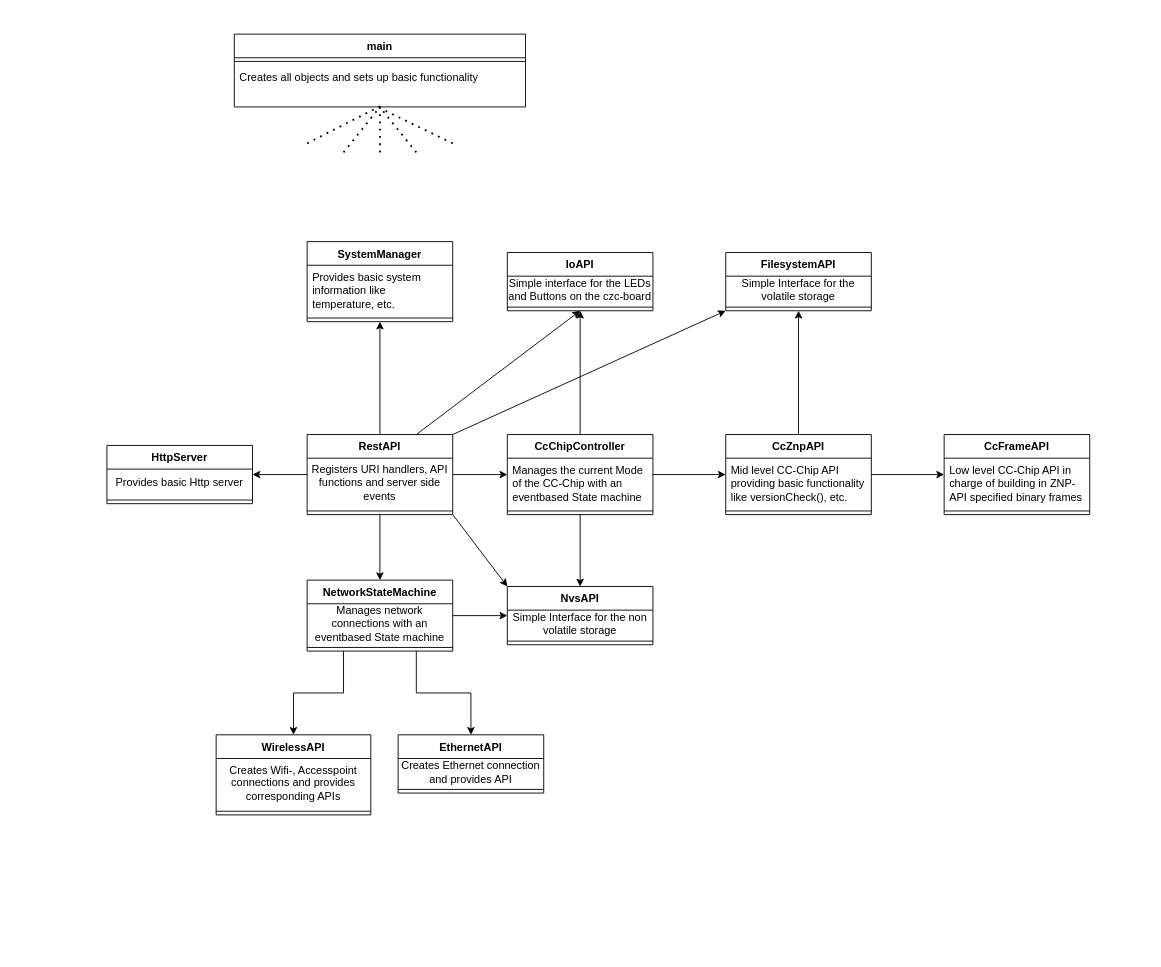
Before: documentation/UML Conceptual Class Diagram.drawio in ole-hc/firmware-czc, a draw.io diagram. Source tidied: cells renumbered, new cells numbered last; positions are measured from the earlier drawing's top-left corner, leaving out a move shared by most shapes. Both pictures are drawn from the tidied source at 91%, with x=0, y=0 at pixel (106, 34).
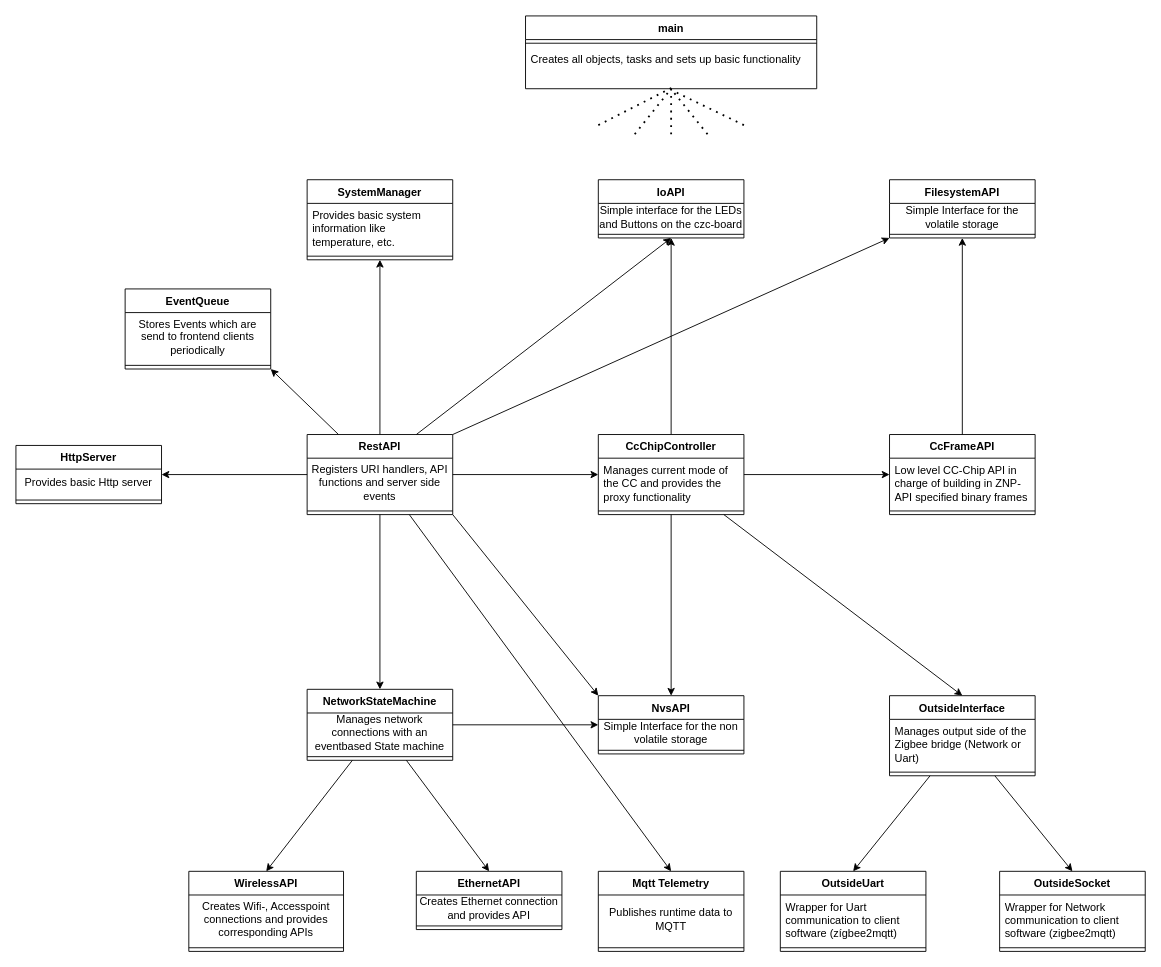
After the change.

The change refers to these unchanged cells:
```xml
<mxCell id="9" value="RestAPI" style="swimlane;fontStyle=1;align=center;verticalAlign=top;horizontal=1;startSize=26;whiteSpace=wrap;html=1;" parent="1" vertex="1">
  <mxGeometry x="220" y="440" width="160" height="88" as="geometry" />
</mxCell>
```

The edit, as a diff of the source:
```diff
@@
     <mxCell id="2" value="main" style="swimlane;fontStyle=1;align=center;verticalAlign=top;horizontal=1;startSize=26;whiteSpace=wrap;html=1;" parent="1" vertex="1">
-      <mxGeometry x="140" width="320" height="80" as="geometry" />
+      <mxGeometry x="460" y="-20" width="320" height="80" as="geometry" />
     </mxCell>
@@
-    <mxCell id="4" value="Creates all objects and sets up basic functionality" style="text;strokeColor=none;fillColor=none;align=left;verticalAlign=top;spacingLeft=4;spacingRight=4;overflow=hidden;points=[[0,0.5],[1,0.5]];portConstraint=eastwest;whiteSpace=wrap;html=1;" parent="2" vertex="1">
+    <mxCell id="4" value="Creates all objects, tasks and sets up basic functionality" style="text;strokeColor=none;fillColor=none;align=left;verticalAlign=top;spacingLeft=4;spacingRight=4;overflow=hidden;points=[[0,0.5],[1,0.5]];portConstraint=eastwest;whiteSpace=wrap;html=1;" parent="2" vertex="1">
       <mxGeometry y="34" width="320" height="46" as="geometry" />
     </mxCell>
@@
     <mxCell id="12" value="&lt;div&gt;FilesystemAPI&lt;/div&gt;" style="swimlane;fontStyle=1;align=center;verticalAlign=top;horizontal=1;startSize=26;whiteSpace=wrap;html=1;" parent="1" vertex="1">
-      <mxGeometry x="680" y="240" width="160" height="64" as="geometry" />
+      <mxGeometry x="860" y="160" width="160" height="64" as="geometry" />
     </mxCell>
@@
     <mxCell id="15" value="&lt;div&gt;NvsAPI&lt;/div&gt;" style="swimlane;fontStyle=1;align=center;verticalAlign=top;horizontal=1;startSize=26;whiteSpace=wrap;html=1;" parent="1" vertex="1">
-      <mxGeometry x="440" y="607" width="160" height="64" as="geometry" />
+      <mxGeometry x="540" y="727" width="160" height="64" as="geometry" />
     </mxCell>
@@
     <mxCell id="18" value="IoAPI" style="swimlane;fontStyle=1;align=center;verticalAlign=top;horizontal=1;startSize=26;whiteSpace=wrap;html=1;" parent="1" vertex="1">
-      <mxGeometry x="440" y="240" width="160" height="64" as="geometry" />
+      <mxGeometry x="540" y="160" width="160" height="64" as="geometry" />
     </mxCell>
@@
     <mxCell id="21" value="EthernetAPI" style="swimlane;fontStyle=1;align=center;verticalAlign=top;horizontal=1;startSize=26;whiteSpace=wrap;html=1;" parent="1" vertex="1">
-      <mxGeometry x="320" y="770" width="160" height="64" as="geometry" />
+      <mxGeometry x="340" y="920" width="160" height="64" as="geometry" />
     </mxCell>
@@
     <mxCell id="24" value="WirelessAPI" style="swimlane;fontStyle=1;align=center;verticalAlign=top;horizontal=1;startSize=26;whiteSpace=wrap;html=1;" parent="1" vertex="1">
-      <mxGeometry x="120" y="770" width="170" height="88" as="geometry" />
+      <mxGeometry x="90" y="920" width="170" height="88" as="geometry" />
     </mxCell>
@@
-    <mxCell id="27" style="edgeStyle=orthogonalEdgeStyle;rounded=0;jettySize=auto;html=1;entryX=0.5;entryY=0;entryDx=0;entryDy=0;exitX=0.25;exitY=1;exitDx=0;exitDy=0;" parent="1" edge="1" source="30" target="24">
-      <mxGeometry relative="1" as="geometry">
-        <Array as="points">
-          <mxPoint x="260" y="724" />
-          <mxPoint x="205" y="724" />
-        </Array>
-      </mxGeometry>
-    </mxCell>
-    <mxCell id="28" style="edgeStyle=orthogonalEdgeStyle;rounded=0;jettySize=auto;html=1;exitX=0.75;exitY=1;exitDx=0;exitDy=0;entryX=0.5;entryY=0;entryDx=0;entryDy=0;" parent="1" edge="1" source="30" target="21">
-      <mxGeometry relative="1" as="geometry" />
-    </mxCell>
@@
     <mxCell id="30" value="NetworkStateMachine" style="swimlane;fontStyle=1;align=center;verticalAlign=top;horizontal=1;startSize=26;whiteSpace=wrap;html=1;" parent="1" vertex="1">
-      <mxGeometry x="220" y="600" width="160" height="78" as="geometry" />
+      <mxGeometry x="220" y="720" width="160" height="78" as="geometry" />
     </mxCell>
@@
     <mxCell id="33" value="HttpServer" style="swimlane;fontStyle=1;align=center;verticalAlign=top;horizontal=1;startSize=26;whiteSpace=wrap;html=1;" parent="1" vertex="1">
-      <mxGeometry y="452" width="160" height="64" as="geometry" />
+      <mxGeometry x="-100" y="452" width="160" height="64" as="geometry" />
     </mxCell>
@@
-    <mxCell id="36" style="edgeStyle=orthogonalEdgeStyle;rounded=0;jettySize=auto;html=1;" parent="1" edge="1" source="38" target="55">
+    <mxCell id="36" style="edgeStyle=orthogonalEdgeStyle;rounded=0;jettySize=auto;html=1;" parent="1" edge="1" source="38" target="50">
       <mxGeometry relative="1" as="geometry" />
     </mxCell>
@@
     <mxCell id="38" value="CcChipController" style="swimlane;fontStyle=1;align=center;verticalAlign=top;horizontal=1;startSize=26;whiteSpace=wrap;html=1;" parent="1" vertex="1">
-      <mxGeometry x="440" y="440" width="160" height="88" as="geometry" />
+      <mxGeometry x="540" y="440" width="160" height="88" as="geometry" />
     </mxCell>
-    <mxCell id="39" value="Manages the current Mode of the CC-Chip with an eventbased State machine" style="text;strokeColor=none;fillColor=none;align=left;verticalAlign=top;spacingLeft=4;spacingRight=4;overflow=hidden;whiteSpace=wrap;html=1;" parent="38" vertex="1">
+    <mxCell id="39" value="Manages current mode of the CC and provides the proxy functionality" style="text;strokeColor=none;fillColor=none;align=left;verticalAlign=top;spacingLeft=4;spacingRight=4;overflow=hidden;whiteSpace=wrap;html=1;" parent="38" vertex="1">
       <mxGeometry y="26" width="160" height="54" as="geometry" />
     </mxCell>
@@
     <mxCell id="45" style="endArrow=none;dashed=1;html=1;dashPattern=1 3;strokeWidth=2;rounded=0;" parent="1" edge="1">
       <mxGeometry relative="1" as="geometry">
-        <mxPoint x="260" y="130" as="sourcePoint" />
-        <mxPoint x="300" y="80" as="targetPoint" />
+        <mxPoint x="580" y="110" as="sourcePoint" />
+        <mxPoint x="620" y="60" as="targetPoint" />
       </mxGeometry>
     </mxCell>
     <mxCell id="46" style="endArrow=none;dashed=1;html=1;dashPattern=1 3;strokeWidth=2;rounded=0;" parent="1" edge="1">
       <mxGeometry relative="1" as="geometry">
-        <mxPoint x="300" y="130" as="sourcePoint" />
-        <mxPoint x="300" y="80" as="targetPoint" />
+        <mxPoint x="620" y="110" as="sourcePoint" />
+        <mxPoint x="620" y="60" as="targetPoint" />
       </mxGeometry>
     </mxCell>
     <mxCell id="47" style="endArrow=none;dashed=1;html=1;dashPattern=1 3;strokeWidth=2;rounded=0;entryX=0.5;entryY=1.009;entryDx=0;entryDy=0;entryPerimeter=0;" parent="1" edge="1" target="4">
       <mxGeometry relative="1" as="geometry">
-        <mxPoint x="340" y="130" as="sourcePoint" />
+        <mxPoint x="660" y="110" as="sourcePoint" />
       </mxGeometry>
     </mxCell>
     <mxCell id="48" style="endArrow=none;dashed=1;html=1;dashPattern=1 3;strokeWidth=2;rounded=0;entryX=0.504;entryY=1.043;entryDx=0;entryDy=0;entryPerimeter=0;" parent="1" edge="1" target="4">
       <mxGeometry relative="1" as="geometry">
-        <mxPoint x="380" y="120" as="sourcePoint" />
+        <mxPoint x="700" y="100" as="sourcePoint" />
       </mxGeometry>
     </mxCell>
     <mxCell id="49" style="endArrow=none;dashed=1;html=1;dashPattern=1 3;strokeWidth=2;rounded=0;entryX=0.508;entryY=0.957;entryDx=0;entryDy=0;entryPerimeter=0;" parent="1" edge="1" target="4">
       <mxGeometry relative="1" as="geometry">
-        <mxPoint x="220" y="120" as="sourcePoint" />
+        <mxPoint x="540" y="100" as="sourcePoint" />
       </mxGeometry>
     </mxCell>
     <mxCell id="50" value="CcFrameAPI" style="swimlane;fontStyle=1;align=center;verticalAlign=top;horizontal=1;startSize=26;whiteSpace=wrap;html=1;" parent="1" vertex="1">
-      <mxGeometry x="920" y="440" width="160" height="88" as="geometry" />
+      <mxGeometry x="860" y="440" width="160" height="88" as="geometry" />
     </mxCell>
@@
-    <mxCell id="53" style="edgeStyle=orthogonalEdgeStyle;rounded=0;jettySize=auto;html=1;" parent="1" edge="1" source="55" target="50">
-      <mxGeometry relative="1" as="geometry" />
-    </mxCell>
-    <mxCell id="54" style="edgeStyle=orthogonalEdgeStyle;rounded=0;jettySize=auto;html=1;" parent="1" edge="1" source="55" target="12">
+    <mxCell id="54" style="edgeStyle=orthogonalEdgeStyle;rounded=0;jettySize=auto;html=1;" parent="1" edge="1" source="50" target="12">
       <mxGeometry relative="1" as="geometry" />
     </mxCell>
-    <mxCell id="55" value="CcZnpAPI" style="swimlane;fontStyle=1;align=center;verticalAlign=top;horizontal=1;startSize=26;whiteSpace=wrap;html=1;" parent="1" vertex="1">
-      <mxGeometry x="680" y="440" width="160" height="88" as="geometry" />
-    </mxCell>
-    <mxCell id="56" value="Mid level CC-Chip API providing basic functionality like versionCheck(), etc." style="text;strokeColor=none;fillColor=none;align=left;verticalAlign=top;spacingLeft=4;spacingRight=4;overflow=hidden;whiteSpace=wrap;html=1;" parent="55" vertex="1">
-      <mxGeometry y="26" width="160" height="54" as="geometry" />
-    </mxCell>
-    <mxCell id="57" style="line;strokeWidth=1;fillColor=none;align=left;verticalAlign=middle;spacingTop=-1;spacingLeft=3;spacingRight=3;labelPosition=right;strokeColor=inherit;" parent="55" vertex="1">
-      <mxGeometry y="80" width="160" height="8" as="geometry" />
-    </mxCell>
     <mxCell id="58" value="SystemManager" style="swimlane;fontStyle=1;align=center;verticalAlign=top;horizontal=1;startSize=26;whiteSpace=wrap;html=1;" parent="1" vertex="1">
-      <mxGeometry x="220" y="228" width="160" height="88" as="geometry" />
+      <mxGeometry x="220" y="160" width="160" height="88" as="geometry" />
     </mxCell>
@@
+    <mxCell id="61" value="Mqtt Telemetry" style="swimlane;fontStyle=1;align=center;verticalAlign=top;horizontal=1;startSize=26;whiteSpace=wrap;html=1;" parent="1" vertex="1">
+      <mxGeometry x="540" y="920" width="160" height="88" as="geometry" />
+    </mxCell>
+    <mxCell id="62" value="Publishes runtime data to MQTT" style="text;html=1;whiteSpace=wrap;strokeColor=none;fillColor=none;align=center;verticalAlign=middle;rounded=0;" parent="61" vertex="1">
+      <mxGeometry y="26" width="160" height="54" as="geometry" />
+    </mxCell>
+    <mxCell id="63" style="line;strokeWidth=1;fillColor=none;align=left;verticalAlign=middle;spacingTop=-1;spacingLeft=3;spacingRight=3;labelPosition=right;strokeColor=inherit;" parent="61" vertex="1">
+      <mxGeometry y="80" width="160" height="8" as="geometry" />
+    </mxCell>
+    <mxCell id="64" style="endArrow=classic;html=1;rounded=0;entryX=0.5;entryY=0;entryDx=0;entryDy=0;" parent="1" edge="1" source="9" target="61">
+      <mxGeometry relative="1" as="geometry" />
+    </mxCell>
+    <mxCell id="27" style="endArrow=classic;html=1;rounded=0;entryX=0.5;entryY=0;entryDx=0;entryDy=0;" parent="1" edge="1" source="30" target="24">
+      <mxGeometry relative="1" as="geometry" />
+    </mxCell>
+    <mxCell id="28" style="endArrow=classic;html=1;rounded=0;entryX=0.5;entryY=0;entryDx=0;entryDy=0;" parent="1" edge="1" source="30" target="21">
+      <mxGeometry relative="1" as="geometry" />
+    </mxCell>
+    <mxCell id="65" value="OutsideInterface" style="swimlane;fontStyle=1;align=center;verticalAlign=top;horizontal=1;startSize=26;whiteSpace=wrap;html=1;" parent="1" vertex="1">
+      <mxGeometry x="860" y="727" width="160" height="88" as="geometry" />
+    </mxCell>
+    <mxCell id="66" value="Manages output side of the Zigbee bridge (Network or Uart)" style="text;strokeColor=none;fillColor=none;align=left;verticalAlign=top;spacingLeft=4;spacingRight=4;overflow=hidden;whiteSpace=wrap;html=1;" parent="65" vertex="1">
+      <mxGeometry y="26" width="160" height="54" as="geometry" />
+    </mxCell>
+    <mxCell id="67" style="line;strokeWidth=1;fillColor=none;align=left;verticalAlign=middle;spacingTop=-1;spacingLeft=3;spacingRight=3;labelPosition=right;strokeColor=inherit;" parent="65" vertex="1">
+      <mxGeometry y="80" width="160" height="8" as="geometry" />
+    </mxCell>
+    <mxCell id="68" value="OutsideUart" style="swimlane;fontStyle=1;align=center;verticalAlign=top;horizontal=1;startSize=26;whiteSpace=wrap;html=1;" parent="1" vertex="1">
+      <mxGeometry x="740" y="920" width="160" height="88" as="geometry" />
+    </mxCell>
+    <mxCell id="69" value="&lt;div&gt;Wrapper for Uart communication to client software (zígbee2mqtt)&lt;/div&gt;&lt;div&gt;&lt;br&gt;&lt;/div&gt;" style="text;strokeColor=none;fillColor=none;align=left;verticalAlign=top;spacingLeft=4;spacingRight=4;overflow=hidden;whiteSpace=wrap;html=1;" parent="68" vertex="1">
+      <mxGeometry y="26" width="160" height="54" as="geometry" />
+    </mxCell>
+    <mxCell id="70" style="line;strokeWidth=1;fillColor=none;align=left;verticalAlign=middle;spacingTop=-1;spacingLeft=3;spacingRight=3;labelPosition=right;strokeColor=inherit;" parent="68" vertex="1">
+      <mxGeometry y="80" width="160" height="8" as="geometry" />
+    </mxCell>
+    <mxCell id="71" value="OutsideSocket" style="swimlane;fontStyle=1;align=center;verticalAlign=top;horizontal=1;startSize=26;whiteSpace=wrap;html=1;" parent="1" vertex="1">
+      <mxGeometry x="981" y="920" width="160" height="88" as="geometry" />
+    </mxCell>
+    <mxCell id="72" value="Wrapper for Network communication to client software (zigbee2mqtt)" style="text;strokeColor=none;fillColor=none;align=left;verticalAlign=top;spacingLeft=4;spacingRight=4;overflow=hidden;whiteSpace=wrap;html=1;" parent="71" vertex="1">
+      <mxGeometry y="26" width="160" height="54" as="geometry" />
+    </mxCell>
+    <mxCell id="73" style="line;strokeWidth=1;fillColor=none;align=left;verticalAlign=middle;spacingTop=-1;spacingLeft=3;spacingRight=3;labelPosition=right;strokeColor=inherit;" parent="71" vertex="1">
+      <mxGeometry y="80" width="160" height="8" as="geometry" />
+    </mxCell>
+    <mxCell id="74" style="endArrow=classic;html=1;rounded=0;entryX=0.5;entryY=0;entryDx=0;entryDy=0;" parent="1" edge="1" source="65" target="68">
+      <mxGeometry relative="1" as="geometry" />
+    </mxCell>
+    <mxCell id="75" style="endArrow=classic;html=1;rounded=0;entryX=0.5;entryY=0;entryDx=0;entryDy=0;" parent="1" edge="1" source="65" target="71">
+      <mxGeometry relative="1" as="geometry" />
+    </mxCell>
+    <mxCell id="76" style="endArrow=classic;html=1;rounded=0;entryX=0.5;entryY=0;entryDx=0;entryDy=0;" parent="1" edge="1" source="38" target="65">
+      <mxGeometry relative="1" as="geometry" />
+    </mxCell>
+    <mxCell id="77" value="EventQueue" style="swimlane;fontStyle=1;align=center;verticalAlign=top;horizontal=1;startSize=26;whiteSpace=wrap;html=1;" parent="1" vertex="1">
+      <mxGeometry x="20" y="280" width="160" height="88" as="geometry" />
+    </mxCell>
+    <mxCell id="78" value="Stores Events which are send to frontend clients periodically" style="text;html=1;whiteSpace=wrap;strokeColor=none;fillColor=none;align=center;verticalAlign=middle;rounded=0;" parent="77" vertex="1">
+      <mxGeometry y="26" width="160" height="54" as="geometry" />
+    </mxCell>
+    <mxCell id="79" style="line;strokeWidth=1;fillColor=none;align=left;verticalAlign=middle;spacingTop=-1;spacingLeft=3;spacingRight=3;labelPosition=right;strokeColor=inherit;" parent="77" vertex="1">
+      <mxGeometry y="80" width="160" height="8" as="geometry" />
+    </mxCell>
+    <mxCell id="80" style="endArrow=classic;html=1;rounded=0;entryX=1;entryY=1;entryDx=0;entryDy=0;" parent="1" edge="1" source="9" target="77">
+      <mxGeometry relative="1" as="geometry" />
+    </mxCell>
```
